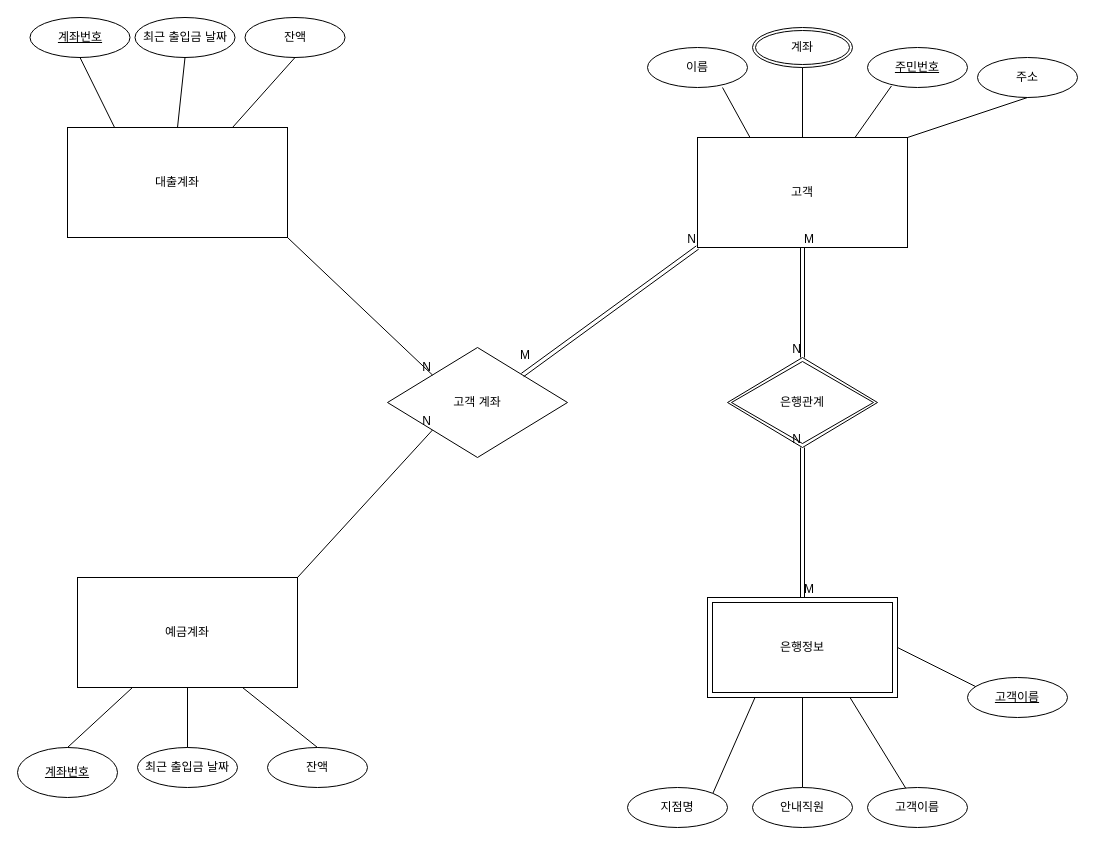
The draw.io diagram bank.drawio in fghjklvmbn/programming-of-anything, before the edit. Source tidied: cells renumbered, new cells numbered last; positions are measured from the earlier drawing's top-left corner, leaving out a move shared by most shapes. Both pictures are drawn from the tidied source at 100%, with x=0, y=0 at pixel (17, 17).
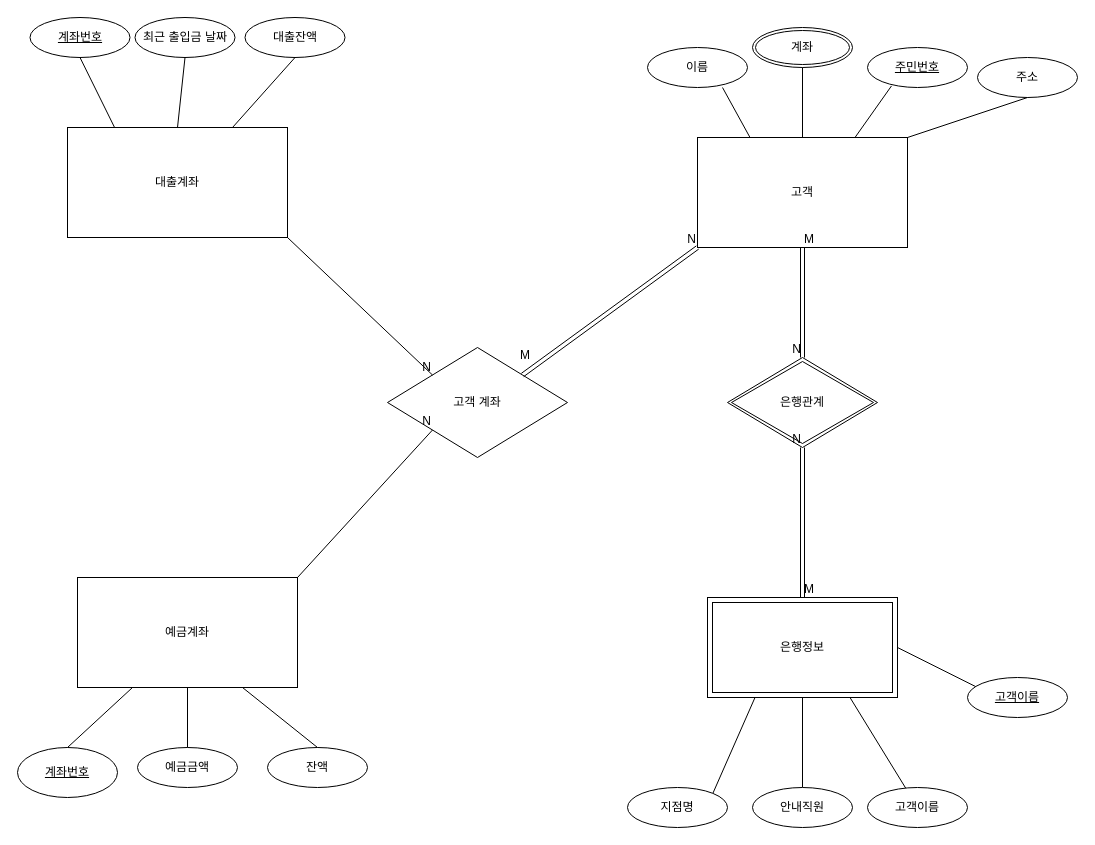
The same diagram, later.

Change to the diagram source:
```diff
@@
-    <mxCell id="33" value="최근 출입금 날짜" style="ellipse;whiteSpace=wrap;html=1;align=center;" parent="1" vertex="1">
+    <mxCell id="33" value="예금금액" style="ellipse;whiteSpace=wrap;html=1;align=center;" parent="1" vertex="1">
       <mxGeometry x="120" y="730" width="100" height="40" as="geometry" />
     </mxCell>
@@
-    <mxCell id="38" value="잔액" style="ellipse;whiteSpace=wrap;html=1;align=center;" parent="1" vertex="1">
+    <mxCell id="38" value="대출잔액" style="ellipse;whiteSpace=wrap;html=1;align=center;" parent="1" vertex="1">
       <mxGeometry x="227.5" width="100" height="40" as="geometry" />
     </mxCell>
```
